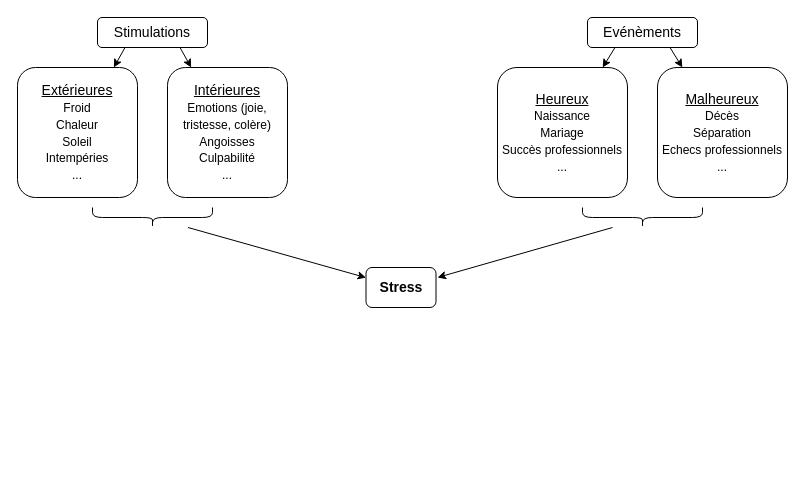
This is Untitled Diagram.drawio from rvcmla/formation, a draw.io file, before an edit. Source tidied: cells renumbered, new cells numbered last; positions are measured from the earlier drawing's top-left corner, leaving out a move shared by most shapes. Both pictures are drawn from the tidied source at 100%, with x=0, y=0 at pixel (17, 17).
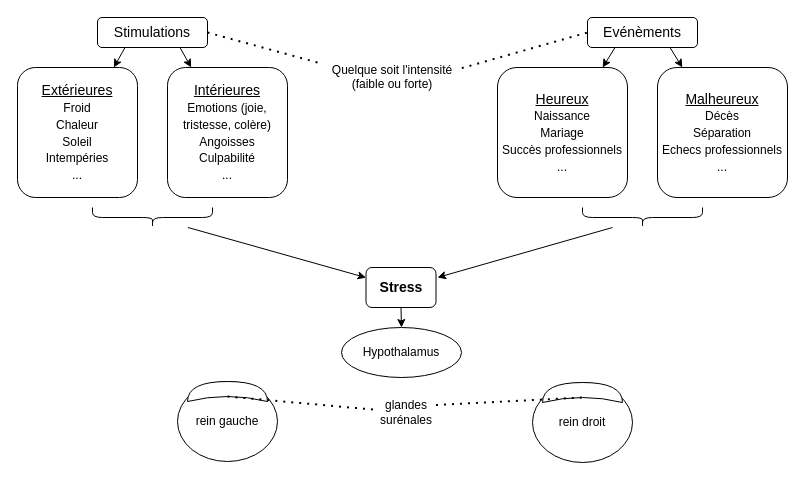
After the change.

The change refers to these unchanged cells:
```xml
<mxCell id="2" value="&lt;font style=&quot;font-size: 14px;&quot;&gt;&lt;b&gt;Stress&lt;/b&gt;&lt;/font&gt;" style="rounded=1;whiteSpace=wrap;html=1;" parent="1" vertex="1">
  <mxGeometry x="348.5" y="250" width="70" height="40" as="geometry" />
</mxCell>
<mxCell id="3" value="Stimulations" style="rounded=1;whiteSpace=wrap;html=1;fontSize=14;" parent="1" vertex="1">
  <mxGeometry x="80" width="110" height="30" as="geometry" />
</mxCell>
<mxCell id="8" value="Evénèments" style="rounded=1;whiteSpace=wrap;html=1;fontSize=14;" parent="1" vertex="1">
  <mxGeometry x="570" width="110" height="30" as="geometry" />
</mxCell>
```

What changed in the source:
```diff
@@
+    <mxCell id="17" style="endArrow=none;dashed=1;html=1;dashPattern=1 3;strokeWidth=2;rounded=0;fontSize=12;entryX=0;entryY=0.5;entryDx=0;entryDy=0;entryPerimeter=0;exitX=1;exitY=0.5;exitDx=0;exitDy=0;" parent="1" edge="1" source="3">
+      <mxGeometry relative="1" as="geometry">
+        <mxPoint x="300" y="45" as="targetPoint" />
+      </mxGeometry>
+    </mxCell>
+    <mxCell id="18" style="endArrow=none;dashed=1;html=1;dashPattern=1 3;strokeWidth=2;rounded=0;fontSize=12;entryX=0;entryY=0.5;entryDx=0;entryDy=0;exitX=1.031;exitY=0.58;exitDx=0;exitDy=0;exitPerimeter=0;" parent="1" edge="1" target="8">
+      <mxGeometry relative="1" as="geometry">
+        <mxPoint x="444.3" y="50.6" as="sourcePoint" />
+      </mxGeometry>
+    </mxCell>
+    <mxCell id="19" value="Hypothalamus" style="ellipse;whiteSpace=wrap;html=1;fontSize=12;" parent="1" vertex="1">
+      <mxGeometry x="324" y="310" width="120" height="50" as="geometry" />
+    </mxCell>
+    <mxCell id="20" style="endArrow=classic;html=1;rounded=0;fontSize=12;exitX=0.5;exitY=1;exitDx=0;exitDy=0;entryX=0.5;entryY=0;entryDx=0;entryDy=0;" parent="1" edge="1" source="2" target="19">
+      <mxGeometry relative="1" as="geometry" />
+    </mxCell>
+    <mxCell id="21" value="rein gauche" style="ellipse;whiteSpace=wrap;html=1;fontSize=12;" parent="1" vertex="1">
+      <mxGeometry x="160" y="364" width="100" height="80" as="geometry" />
+    </mxCell>
+    <mxCell id="22" style="shape=xor;whiteSpace=wrap;html=1;fontSize=12;rotation=-90;" parent="1" vertex="1">
+      <mxGeometry x="200" y="334" width="20" height="80" as="geometry" />
+    </mxCell>
+    <mxCell id="23" style="endArrow=none;dashed=1;html=1;dashPattern=1 3;strokeWidth=2;rounded=0;fontSize=12;exitX=0.25;exitY=0.5;exitDx=0;exitDy=0;exitPerimeter=0;" parent="1" edge="1" source="22" target="27">
+      <mxGeometry relative="1" as="geometry" />
+    </mxCell>
+    <mxCell id="24" value="rein droit" style="ellipse;whiteSpace=wrap;html=1;fontSize=12;" parent="1" vertex="1">
+      <mxGeometry x="515" y="365" width="100" height="80" as="geometry" />
+    </mxCell>
+    <mxCell id="25" style="shape=xor;whiteSpace=wrap;html=1;fontSize=12;rotation=-90;" parent="1" vertex="1">
+      <mxGeometry x="555" y="335" width="20" height="80" as="geometry" />
+    </mxCell>
+    <mxCell id="26" style="endArrow=none;dashed=1;html=1;dashPattern=1 3;strokeWidth=2;rounded=0;fontSize=12;entryX=0.25;entryY=0.5;entryDx=0;entryDy=0;entryPerimeter=0;exitX=1;exitY=0.25;exitDx=0;exitDy=0;" parent="1" edge="1" source="27" target="25">
+      <mxGeometry relative="1" as="geometry" />
+    </mxCell>
+    <mxCell id="27" value="glandes surénales" style="text;html=1;strokeColor=none;fillColor=none;align=center;verticalAlign=middle;whiteSpace=wrap;rounded=0;fontSize=12;" parent="1" vertex="1">
+      <mxGeometry x="358.5" y="380" width="60" height="30" as="geometry" />
+    </mxCell>
+    <mxCell id="28" value="&lt;div&gt;&lt;br&gt;&lt;/div&gt;&lt;div&gt;&lt;br&gt;&lt;/div&gt;&lt;div&gt;Quelque soit l'intensité&lt;/div&gt;&lt;div&gt;(faible ou forte)&lt;br&gt;&lt;/div&gt;" style="text;html=1;strokeColor=none;fillColor=none;align=center;verticalAlign=middle;whiteSpace=wrap;rounded=0;fontSize=12;" parent="1" vertex="1">
+      <mxGeometry x="290" y="30" width="170" height="30" as="geometry" />
+    </mxCell>
```
